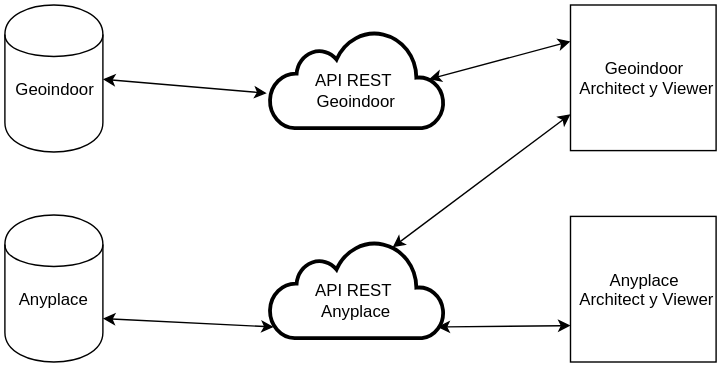
Before: Despliegue Geoindoor/Despliegue_Geoindoor.svg, a diagram exported from draw.io (jsdelivrbot/geo-indoor). Source tidied: cells renumbered, new cells last; positions are measured from the earlier drawing's top-left corner, leaving out a move shared by most shapes.
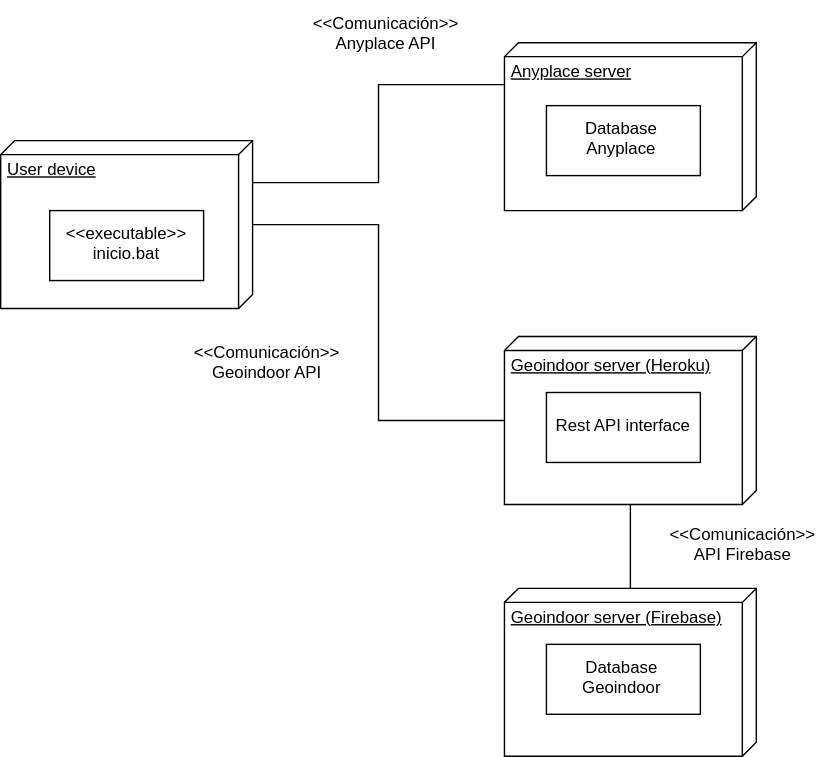
Above is the later version.

Commit message:
Despliegue Geoindoor diagramas  #34

Change to the diagram source:
```diff
@@ -2,40 +2,52 @@
   <root>
     <mxCell id="0" />
     <mxCell id="1" parent="0" />
+    <mxCell id="13" style="edgeStyle=orthogonalEdgeStyle;rounded=0;html=1;exitX=0.25;exitY=0;jettySize=auto;endArrow=none;endFill=0;entryX=0.25;entryY=1;" parent="1" edge="1" source="2" target="4">
+      <mxGeometry relative="1" as="geometry">
+        <Array as="points">
+          <mxPoint x="209" y="-3" />
+          <mxPoint x="209" y="-73" />
+        </Array>
+      </mxGeometry>
+    </mxCell>
+    <mxCell id="14" style="edgeStyle=orthogonalEdgeStyle;rounded=0;html=1;exitX=0.5;exitY=0;entryX=0.5;entryY=1;endArrow=none;endFill=0;jettySize=auto;" parent="1" edge="1" source="2" target="5">
+      <mxGeometry relative="1" as="geometry" />
+    </mxCell>
-    <mxCell id="2" value="&lt;div&gt;&lt;br&gt;&lt;/div&gt;Anyplace" style="shape=cylinder;whiteSpace=wrap;html=1;" parent="1" vertex="1">
-      <mxGeometry y="150" width="70" height="105" as="geometry" />
+    <mxCell id="2" value="User device" style="verticalAlign=top;align=left;spacingTop=8;spacingLeft=2;spacingRight=12;shape=cube;size=10;direction=south;fontStyle=4;html=1;gradientColor=none;strokeColor=#000000;" parent="1" vertex="1">
+      <mxGeometry x="-61" y="-33" width="180" height="120" as="geometry" />
     </mxCell>
-    <mxCell id="3" value="&lt;div&gt;&lt;br&gt;&lt;/div&gt;Geoindoor" style="shape=cylinder;whiteSpace=wrap;html=1;" parent="1" vertex="1">
-      <mxGeometry width="70" height="105" as="geometry" />
+    <mxCell id="3" value="&amp;lt;&amp;lt;executable&amp;gt;&amp;gt;&lt;br&gt;inicio.bat" style="html=1;" parent="1" vertex="1">
+      <mxGeometry x="-26" y="17" width="110" height="50" as="geometry" />
     </mxCell>
-    <mxCell id="4" value="Geoindoor&lt;div&gt;&amp;nbsp;Architect y Viewer&lt;/div&gt;" style="whiteSpace=wrap;html=1;" parent="1" vertex="1">
-      <mxGeometry x="404" width="104" height="104" as="geometry" />
+    <mxCell id="4" value="Anyplace server" style="verticalAlign=top;align=left;spacingTop=8;spacingLeft=2;spacingRight=12;shape=cube;size=10;direction=south;fontStyle=4;html=1;" parent="1" vertex="1">
+      <mxGeometry x="299" y="-103" width="180" height="120" as="geometry" />
     </mxCell>
+    <mxCell id="11" style="edgeStyle=orthogonalEdgeStyle;rounded=0;html=1;exitX=1;exitY=0.5;entryX=0;entryY=0.5;endArrow=none;endFill=0;jettySize=auto;" parent="1" edge="1" source="5" target="7">
+      <mxGeometry relative="1" as="geometry" />
+    </mxCell>
-    <mxCell id="5" value="Anyplace&lt;div&gt;&lt;span&gt;&amp;nbsp;Architect y Viewer&lt;/span&gt;&lt;/div&gt;" style="whiteSpace=wrap;html=1;" parent="1" vertex="1">
-      <mxGeometry x="404" y="151" width="104" height="104" as="geometry" />
+    <mxCell id="5" value="Geoindoor server (Heroku)" style="verticalAlign=top;align=left;spacingTop=8;spacingLeft=2;spacingRight=12;shape=cube;size=10;direction=south;fontStyle=4;html=1;" parent="1" vertex="1">
+      <mxGeometry x="299" y="107" width="180" height="120" as="geometry" />
     </mxCell>
-    <mxCell id="6" value="&lt;div&gt;&lt;font color=&quot;#000000&quot;&gt;&lt;br&gt;&lt;/font&gt;&lt;/div&gt;&lt;font color=&quot;#000000&quot;&gt;API REST&amp;nbsp;&lt;/font&gt;&lt;div&gt;&lt;font color=&quot;#000000&quot;&gt;Geoindoor&lt;/font&gt;&lt;/div&gt;" style="html=1;fillColor=#ffffff;strokeColor=#000000;gradientDirection=north;strokeWidth=2;shape=mxgraph.networks.cloud;fontColor=#ffffff;" parent="1" vertex="1">
-      <mxGeometry x="189" y="18" width="125" height="70" as="geometry" />
+    <mxCell id="6" value="Database&lt;br&gt;Anyplace" style="html=1;" parent="1" vertex="1">
+      <mxGeometry x="329" y="-58" width="110" height="50" as="geometry" />
     </mxCell>
-    <mxCell id="7" value="&lt;div&gt;&lt;font color=&quot;#000000&quot;&gt;&lt;br&gt;&lt;/font&gt;&lt;/div&gt;&lt;font color=&quot;#000000&quot;&gt;API REST&amp;nbsp;&lt;/font&gt;&lt;div&gt;&lt;font color=&quot;#000000&quot;&gt;Anyplace&lt;/font&gt;&lt;/div&gt;" style="html=1;fillColor=#ffffff;strokeColor=#000000;gradientDirection=north;strokeWidth=2;shape=mxgraph.networks.cloud;fontColor=#ffffff;" parent="1" vertex="1">
-      <mxGeometry x="189" y="168" width="125" height="70" as="geometry" />
+    <mxCell id="7" value="Geoindoor server (Firebase)" style="verticalAlign=top;align=left;spacingTop=8;spacingLeft=2;spacingRight=12;shape=cube;size=10;direction=south;fontStyle=4;html=1;" parent="1" vertex="1">
+      <mxGeometry x="299" y="287" width="180" height="120" as="geometry" />
     </mxCell>
+    <mxCell id="15" value="Rest API interface" style="html=1;" parent="1" vertex="1">
+      <mxGeometry x="329" y="147" width="110" height="50" as="geometry" />
+    </mxCell>
-    <mxCell id="8" style="endArrow=classic;startArrow=classic;html=1;exitX=1;exitY=0.5;" parent="1" edge="1" source="3">
-      <mxGeometry relative="1" as="geometry">
-        <mxPoint x="187" y="63" as="targetPoint" />
-      </mxGeometry>
+    <mxCell id="8" value="Database&lt;br&gt;Geoindoor" style="html=1;" parent="1" vertex="1">
+      <mxGeometry x="329" y="327" width="110" height="50" as="geometry" />
     </mxCell>
-    <mxCell id="9" style="endArrow=classic;startArrow=classic;html=1;exitX=1;exitY=0.7;entryX=0.023;entryY=0.885;entryPerimeter=0;" parent="1" edge="1" source="2" target="7">
-      <mxGeometry relative="1" as="geometry" />
-    </mxCell>
-    <mxCell id="10" style="endArrow=classic;startArrow=classic;html=1;entryX=0;entryY=0.75;exitX=0.7;exitY=0.07;exitPerimeter=0;" parent="1" edge="1" source="7" target="4">
-      <mxGeometry relative="1" as="geometry" />
+    <mxCell id="10" value="&amp;lt;&amp;lt;Comunicación&amp;gt;&amp;gt;&lt;br&gt;Anyplace API" style="text;html=1;strokeColor=none;fillColor=none;align=center;verticalAlign=middle;whiteSpace=wrap;rounded=0;" parent="1" vertex="1">
+      <mxGeometry x="149" y="-133" width="130" height="50" as="geometry" />
     </mxCell>
-    <mxCell id="11" style="endArrow=classic;startArrow=classic;html=1;exitX=0.91;exitY=0.5;exitPerimeter=0;entryX=0;entryY=0.25;" parent="1" edge="1" source="6" target="4">
-      <mxGeometry relative="1" as="geometry" />
-    </mxCell>
+    <mxCell id="16" value="&amp;lt;&amp;lt;Comunicación&amp;gt;&amp;gt;&lt;br&gt;Geoindoor API" style="text;html=1;strokeColor=none;fillColor=none;align=center;verticalAlign=middle;whiteSpace=wrap;rounded=0;" parent="1" vertex="1">
+      <mxGeometry x="69" y="107" width="120" height="40" as="geometry" />
+    </mxCell>
-    <mxCell id="12" style="endArrow=classic;startArrow=classic;html=1;entryX=0;entryY=0.75;exitX=0.96;exitY=0.885;exitPerimeter=0;" parent="1" edge="1" source="7" target="5">
-      <mxGeometry relative="1" as="geometry" />
+    <mxCell id="12" value="&amp;lt;&amp;lt;Comunicación&amp;gt;&amp;gt;&lt;br&gt;API Firebase" style="text;html=1;strokeColor=none;fillColor=none;align=center;verticalAlign=middle;whiteSpace=wrap;rounded=0;" parent="1" vertex="1">
+      <mxGeometry x="409" y="237" width="120" height="40" as="geometry" />
     </mxCell>
   </root>
 </mxGraphModel>
```
